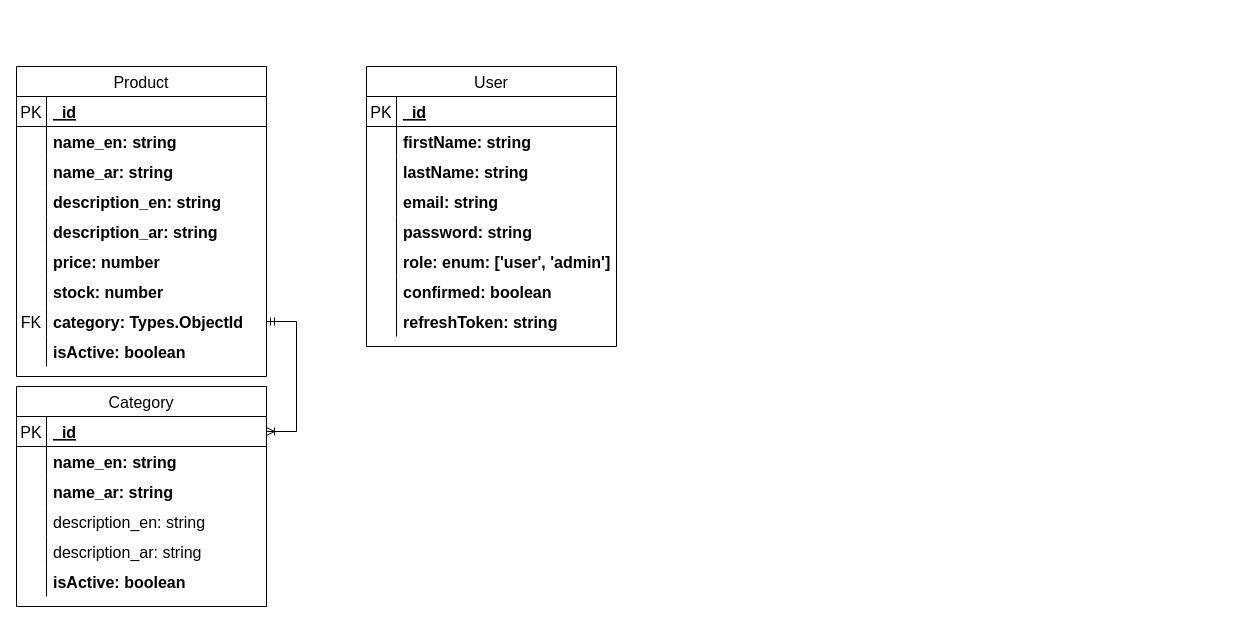
re00zq/Node.js-E-commerce keeps this draw.io diagram as docs/ecommerce-erd.drawio. Above is the earlier version. Source tidied: cells renumbered, new cells numbered last; positions are measured from the earlier drawing's top-left corner, leaving out a move shared by most shapes. Both pictures are drawn from the tidied source at 100%, with x=0, y=0 at pixel (16, 66).
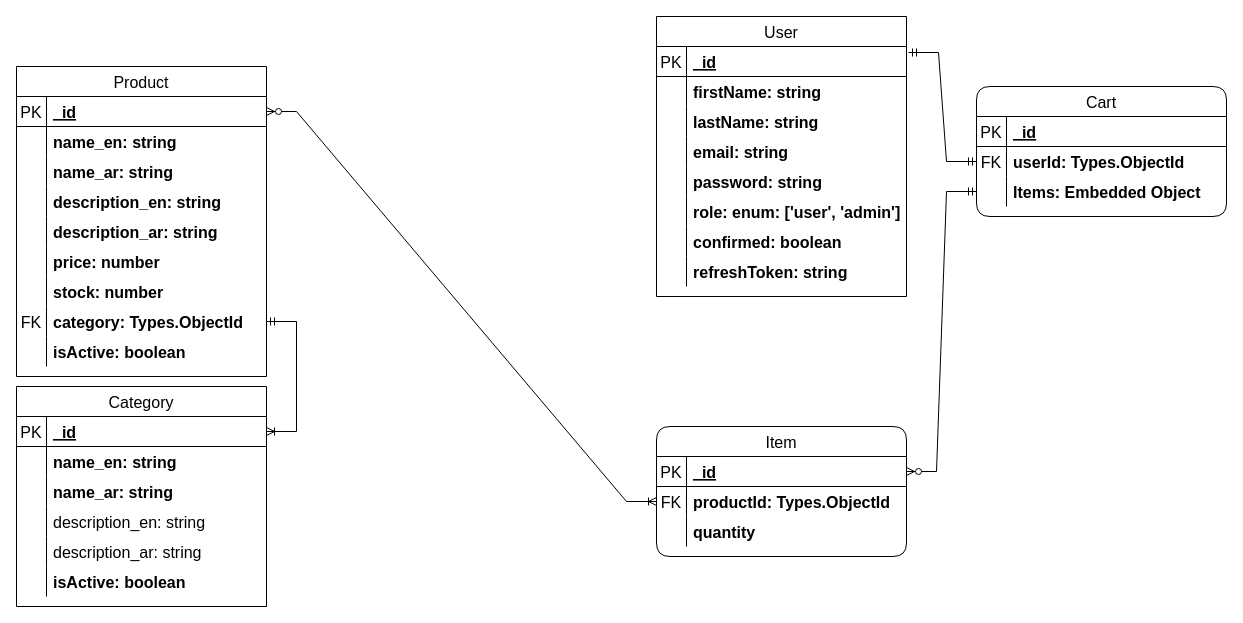
After the change.

Unchanged cells that the change refers to:
```xml
<mxCell id="3" style="shape=partialRectangle;fillColor=none;points=[[0,0.5],[1,0.5]];portConstraint=eastwest;top=0;left=0;right=0;bottom=1;spacing=1;fontSize=16;" parent="2" vertex="1">
  <mxGeometry y="30" width="250" height="30" as="geometry" />
</mxCell>
<mxCell id="51" style="shape=partialRectangle;fillColor=none;points=[[0,0.5],[1,0.5]];portConstraint=eastwest;top=0;left=0;right=0;bottom=1;spacing=1;fontSize=16;" parent="50" vertex="1">
  <mxGeometry y="30" width="250" height="30" as="geometry" />
</mxCell>
```

Diff of the diagram source:
```diff
@@
     <mxCell id="50" value="User" style="shape=table;startSize=30;childLayout=tableLayout;rowLines=0;align=center;spacing=1;fontSize=16;" parent="1" vertex="1">
-      <mxGeometry x="350" width="250" height="280" as="geometry" />
+      <mxGeometry x="640" y="-50" width="250" height="280" as="geometry" />
     </mxCell>
@@
+    <mxCell id="75" value="Cart" style="shape=table;startSize=30;childLayout=tableLayout;rowLines=0;align=center;spacing=1;fontSize=16;rounded=1;" parent="1" vertex="1">
+      <mxGeometry x="960" y="20" width="250" height="130" as="geometry" />
+    </mxCell>
+    <mxCell id="76" style="shape=partialRectangle;fillColor=none;top=0;left=0;right=0;bottom=1;spacing=1;fontSize=16;" parent="75" vertex="1">
+      <mxGeometry y="30" width="250" height="30" as="geometry" />
+    </mxCell>
+    <mxCell id="77" value="PK" style="shape=partialRectangle;overflow=hidden;fillColor=none;top=0;left=0;bottom=0;right=0;spacing=1;fontSize=16;" parent="76" vertex="1">
+      <mxGeometry width="30" height="30" as="geometry" />
+    </mxCell>
+    <mxCell id="78" value="_id" style="shape=partialRectangle;overflow=hidden;fillColor=none;top=0;left=0;bottom=0;right=0;align=left;spacingLeft=6;spacing=1;fontSize=16;fontStyle=5;" parent="76" vertex="1">
+      <mxGeometry x="30" width="220" height="30" as="geometry" />
+    </mxCell>
+    <mxCell id="79" style="shape=partialRectangle;fillColor=none;points=[[0,0.5],[1,0.5]];portConstraint=eastwest;top=0;left=0;right=0;bottom=0;spacing=1;fontSize=16;" parent="75" vertex="1">
+      <mxGeometry y="60" width="250" height="30" as="geometry" />
+    </mxCell>
+    <mxCell id="80" value="FK" style="shape=partialRectangle;overflow=hidden;fillColor=none;top=0;left=0;bottom=0;right=0;spacing=1;fontSize=16;" parent="79" vertex="1">
+      <mxGeometry width="30" height="30" as="geometry" />
+    </mxCell>
+    <mxCell id="81" value="userId: Types.ObjectId" style="shape=partialRectangle;overflow=hidden;fillColor=none;top=0;left=0;bottom=0;right=0;align=left;spacingLeft=6;spacing=1;fontSize=16;fontStyle=1;" parent="79" vertex="1">
+      <mxGeometry x="30" width="220" height="30" as="geometry" />
+    </mxCell>
+    <mxCell id="82" style="shape=partialRectangle;fillColor=none;points=[[0,0.5],[1,0.5]];portConstraint=eastwest;top=0;left=0;right=0;bottom=0;spacing=1;fontSize=16;" parent="75" vertex="1">
+      <mxGeometry y="90" width="250" height="30" as="geometry" />
+    </mxCell>
+    <mxCell id="83" style="shape=partialRectangle;overflow=hidden;fillColor=none;top=0;left=0;bottom=0;right=0;spacing=1;fontSize=16;" parent="82" vertex="1">
+      <mxGeometry width="30" height="30" as="geometry" />
+    </mxCell>
+    <mxCell id="84" value="Items: Embedded Object" style="shape=partialRectangle;overflow=hidden;fillColor=none;top=0;left=0;bottom=0;right=0;align=left;spacingLeft=6;spacing=1;fontSize=16;fontStyle=1;" parent="82" vertex="1">
+      <mxGeometry x="30" width="220" height="30" as="geometry" />
+    </mxCell>
+    <mxCell id="85" style="edgeStyle=entityRelationEdgeStyle;fontSize=12;html=1;endArrow=ERmandOne;startArrow=ERmandOne;rounded=0;exitX=1.008;exitY=0.2;exitDx=0;exitDy=0;exitPerimeter=0;" parent="1" edge="1" source="51" target="79">
+      <mxGeometry relative="1" as="geometry">
+        <Array as="points">
+          <mxPoint x="860" y="105" />
+        </Array>
+      </mxGeometry>
+    </mxCell>
+    <mxCell id="86" value="Item" style="shape=table;startSize=30;childLayout=tableLayout;rowLines=0;align=center;spacing=1;fontSize=16;rounded=1;" parent="1" vertex="1">
+      <mxGeometry x="640" y="360" width="250" height="130" as="geometry" />
+    </mxCell>
+    <mxCell id="87" style="shape=partialRectangle;fillColor=none;points=[[0,0.5],[1,0.5]];portConstraint=eastwest;top=0;left=0;right=0;bottom=1;spacing=1;fontSize=16;" parent="86" vertex="1">
+      <mxGeometry y="30" width="250" height="30" as="geometry" />
+    </mxCell>
+    <mxCell id="88" value="PK" style="shape=partialRectangle;overflow=hidden;fillColor=none;top=0;left=0;bottom=0;right=0;spacing=1;fontSize=16;" parent="87" vertex="1">
+      <mxGeometry width="30" height="30" as="geometry" />
+    </mxCell>
+    <mxCell id="89" value="_id" style="shape=partialRectangle;overflow=hidden;fillColor=none;top=0;left=0;bottom=0;right=0;align=left;spacingLeft=6;spacing=1;fontSize=16;fontStyle=5;" parent="87" vertex="1">
+      <mxGeometry x="30" width="220" height="30" as="geometry" />
+    </mxCell>
+    <mxCell id="90" style="shape=partialRectangle;fillColor=none;points=[[0,0.5],[1,0.5]];portConstraint=eastwest;top=0;left=0;right=0;bottom=0;spacing=1;fontSize=16;" parent="86" vertex="1">
+      <mxGeometry y="60" width="250" height="30" as="geometry" />
+    </mxCell>
+    <mxCell id="91" value="FK" style="shape=partialRectangle;overflow=hidden;fillColor=none;top=0;left=0;bottom=0;right=0;spacing=1;fontSize=16;" parent="90" vertex="1">
+      <mxGeometry width="30" height="30" as="geometry" />
+    </mxCell>
+    <mxCell id="92" value="productId: Types.ObjectId" style="shape=partialRectangle;overflow=hidden;fillColor=none;top=0;left=0;bottom=0;right=0;align=left;spacingLeft=6;spacing=1;fontSize=16;fontStyle=1;" parent="90" vertex="1">
+      <mxGeometry x="30" width="220" height="30" as="geometry" />
+    </mxCell>
+    <mxCell id="93" style="shape=partialRectangle;fillColor=none;top=0;left=0;right=0;bottom=0;spacing=1;fontSize=16;" parent="86" vertex="1">
+      <mxGeometry y="90" width="250" height="30" as="geometry" />
+    </mxCell>
+    <mxCell id="94" style="shape=partialRectangle;overflow=hidden;fillColor=none;top=0;left=0;bottom=0;right=0;spacing=1;fontSize=16;" parent="93" vertex="1">
+      <mxGeometry width="30" height="30" as="geometry" />
+    </mxCell>
+    <mxCell id="95" value="quantity" style="shape=partialRectangle;overflow=hidden;fillColor=none;top=0;left=0;bottom=0;right=0;align=left;spacingLeft=6;spacing=1;fontSize=16;fontStyle=1;" parent="93" vertex="1">
+      <mxGeometry x="30" width="220" height="30" as="geometry" />
+    </mxCell>
+    <mxCell id="96" style="edgeStyle=entityRelationEdgeStyle;fontSize=12;html=1;endArrow=ERoneToMany;startArrow=ERzeroToMany;rounded=0;exitX=1;exitY=0.5;exitDx=0;exitDy=0;entryX=0;entryY=0.5;entryDx=0;entryDy=0;" parent="1" edge="1" source="3" target="90">
+      <mxGeometry relative="1" as="geometry">
+        <Array as="points">
+          <mxPoint x="340" y="190" />
+        </Array>
+      </mxGeometry>
+    </mxCell>
+    <mxCell id="97" style="edgeStyle=entityRelationEdgeStyle;fontSize=12;html=1;endArrow=ERzeroToMany;startArrow=ERmandOne;rounded=0;" parent="1" edge="1" source="82" target="87">
+      <mxGeometry relative="1" as="geometry" />
+    </mxCell>
```
